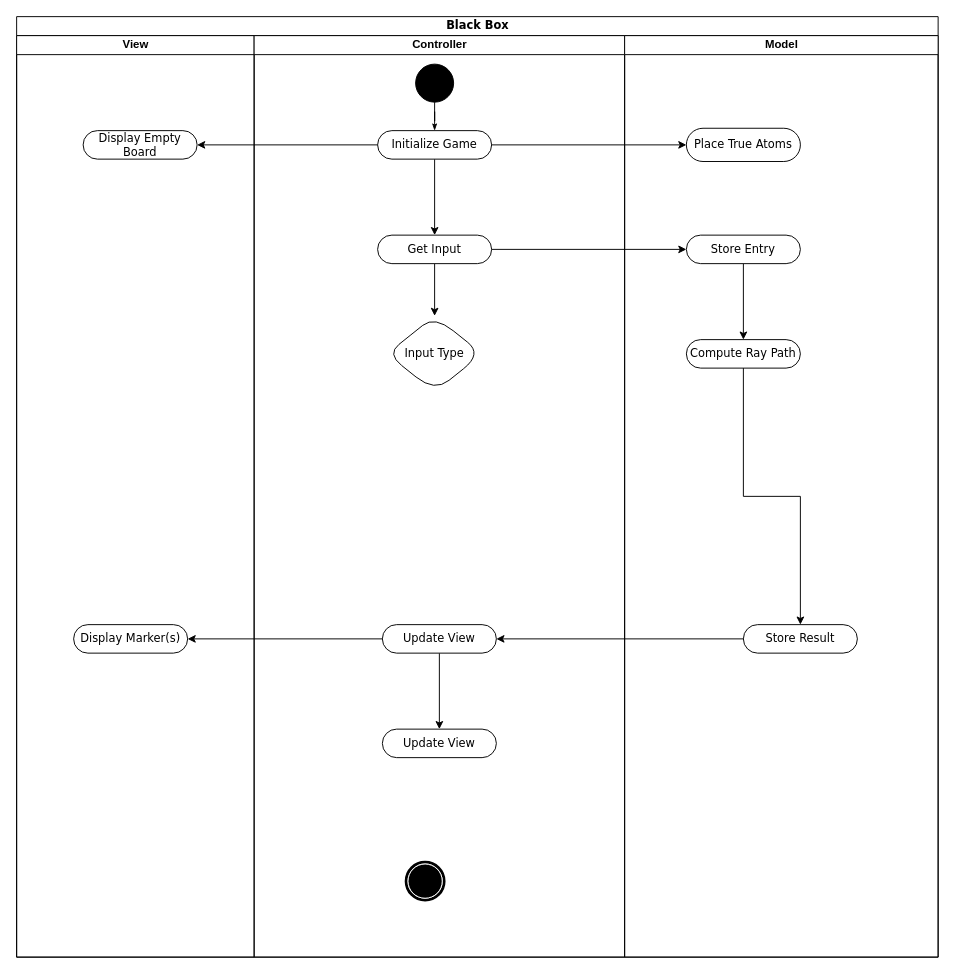
Before: UML-activity-diagram.drawio in Juutar/COMP20050SEP2-1, a draw.io diagram. Source tidied: cells renumbered, new cells numbered last; positions are measured from the earlier drawing's top-left corner, leaving out a move shared by most shapes. Both pictures are drawn from the tidied source at 95%, with x=0, y=0 at pixel (16, 16).
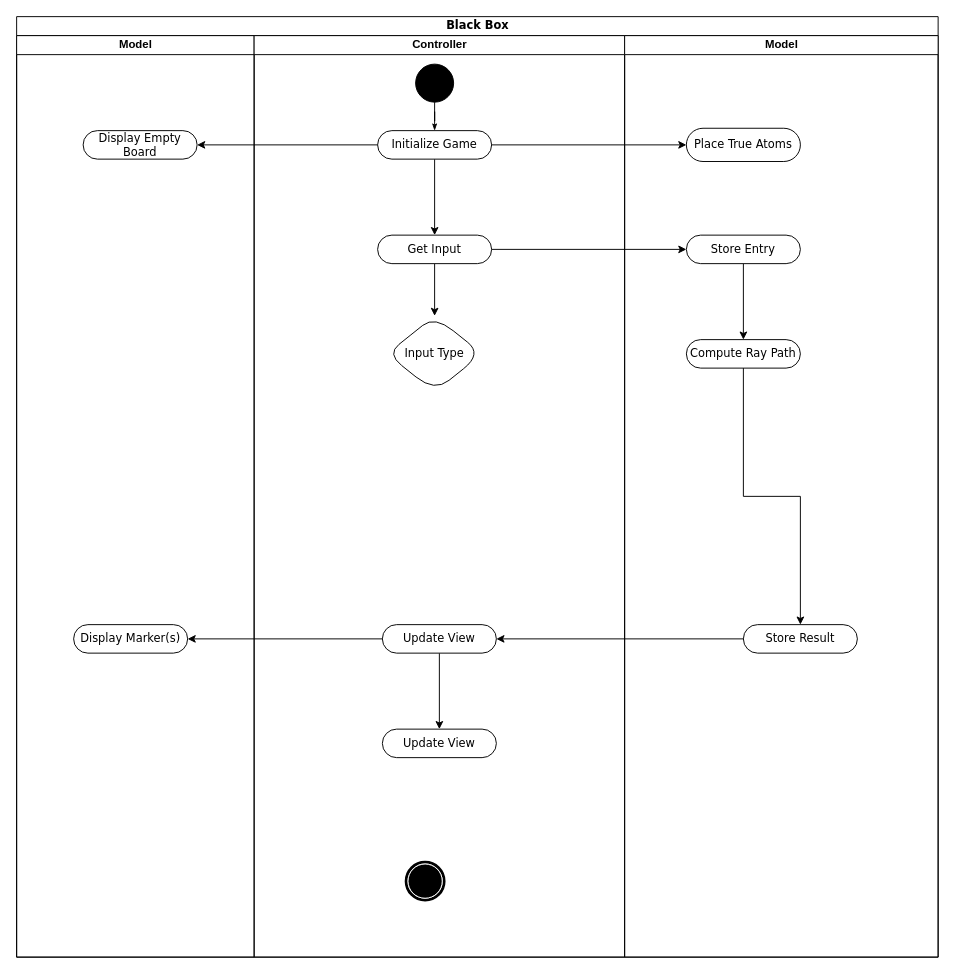
The same page after the edit.

The change refers to these unchanged cells:
```xml
<mxCell id="2" value="Black Box" style="swimlane;html=1;startSize=20;rounded=0;shadow=0;comic=0;labelBackgroundColor=none;strokeWidth=1;fontFamily=Verdana;fontSize=12;align=center;" parent="1" vertex="1">
  <mxGeometry width="970" height="990" as="geometry" />
</mxCell>
```

Change to the diagram source:
```diff
@@
-    <mxCell id="3" value="View" style="swimlane;html=1;startSize=20;" parent="2" vertex="1">
+    <mxCell id="3" value="Model" style="swimlane;html=1;startSize=20;" parent="2" vertex="1">
       <mxGeometry y="20" width="250" height="970" as="geometry" />
     </mxCell>
```
